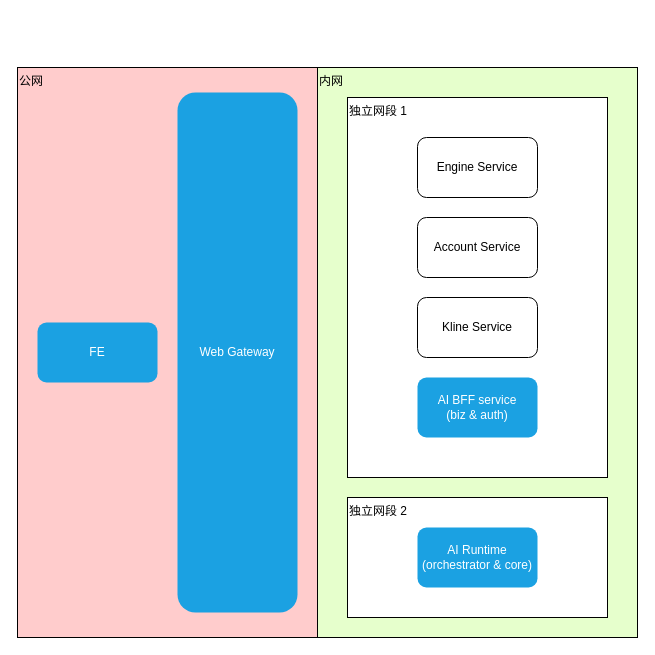
Above: ai交易助手.drawio in AC-YoY/diagram-storage (draw.io), before the change. Source tidied: cells renumbered, new cells numbered last; positions are measured from the earlier drawing's top-left corner, leaving out a move shared by most shapes. Both pictures are drawn from the tidied source at 100%, with x=0, y=0 at pixel (17, 67).
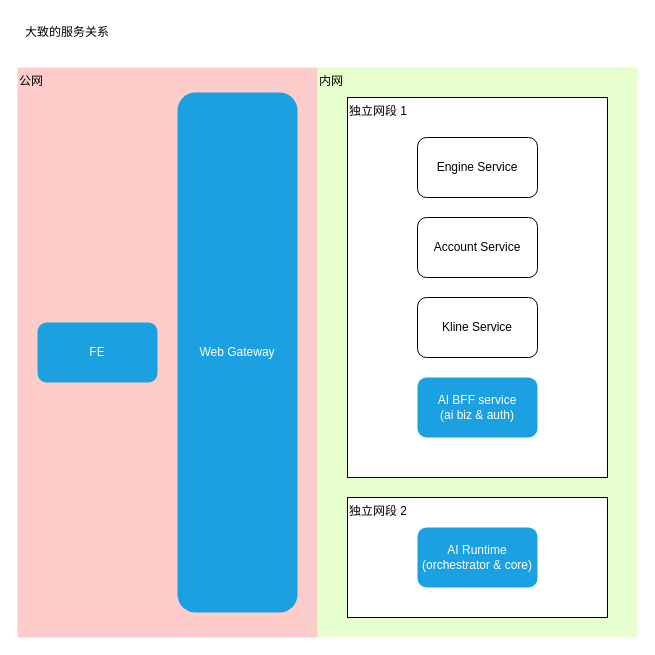
The same page after the edit.

Change to the diagram source:
```diff
@@
 <mxGraphModel>
   <root>
     <mxCell id="0" />
     <mxCell id="1" parent="0" />
-    <mxCell id="2" value="内网" style="rounded=0;whiteSpace=wrap;html=1;align=left;verticalAlign=top;fillColor=#E6FFCC;" parent="1" vertex="1">
+    <mxCell id="2" value="内网" style="rounded=0;whiteSpace=wrap;html=1;align=left;verticalAlign=top;fillColor=#E6FFCC;strokeColor=none;" parent="1" vertex="1">
       <mxGeometry x="300" width="320" height="570" as="geometry" />
     </mxCell>
     <mxCell id="3" value="独立网段 2" style="rounded=0;whiteSpace=wrap;html=1;align=left;verticalAlign=top;" parent="1" vertex="1">
       <mxGeometry x="330" y="430" width="260" height="120" as="geometry" />
     </mxCell>
     <mxCell id="4" value="独立网段 1" style="rounded=0;whiteSpace=wrap;html=1;align=left;verticalAlign=top;" parent="1" vertex="1">
       <mxGeometry x="330" y="30" width="260" height="380" as="geometry" />
     </mxCell>
-    <mxCell id="5" value="公网" style="rounded=0;whiteSpace=wrap;html=1;align=left;verticalAlign=top;labelBackgroundColor=none;fillColor=#FFCCCC;" parent="1" vertex="1">
+    <mxCell id="5" value="公网" style="rounded=0;whiteSpace=wrap;html=1;align=left;verticalAlign=top;labelBackgroundColor=none;fillColor=#FFCCCC;strokeColor=none;" parent="1" vertex="1">
       <mxGeometry width="300" height="570" as="geometry" />
     </mxCell>
     <mxCell id="6" value="FE" style="rounded=1;whiteSpace=wrap;html=1;labelBorderColor=none;fillColor=#1ba1e2;fontColor=#ffffff;strokeColor=none;" parent="1" vertex="1">
       <mxGeometry x="20" y="255" width="120" height="60" as="geometry" />
     </mxCell>
     <mxCell id="7" value="Web Gateway" style="rounded=1;whiteSpace=wrap;html=1;labelBorderColor=none;fillColor=#1ba1e2;fontColor=#ffffff;strokeColor=none;" parent="1" vertex="1">
       <mxGeometry x="160" y="25" width="120" height="520" as="geometry" />
     </mxCell>
     <mxCell id="8" value="Account Se&lt;span style=&quot;background-color: transparent; color: light-dark(rgb(0, 0, 0), rgb(255, 255, 255));&quot;&gt;rvice&lt;/span&gt;" style="rounded=1;whiteSpace=wrap;html=1;" parent="1" vertex="1">
       <mxGeometry x="400" y="150" width="120" height="60" as="geometry" />
     </mxCell>
     <mxCell id="9" value="Kline Se&lt;span style=&quot;background-color: transparent; color: light-dark(rgb(0, 0, 0), rgb(255, 255, 255));&quot;&gt;rvice&lt;/span&gt;" style="rounded=1;whiteSpace=wrap;html=1;" parent="1" vertex="1">
       <mxGeometry x="400" y="230" width="120" height="60" as="geometry" />
     </mxCell>
     <mxCell id="10" value="Engine Se&lt;span style=&quot;background-color: transparent; color: light-dark(rgb(0, 0, 0), rgb(255, 255, 255));&quot;&gt;rvice&lt;/span&gt;" style="rounded=1;whiteSpace=wrap;html=1;" parent="1" vertex="1">
       <mxGeometry x="400" y="70" width="120" height="60" as="geometry" />
     </mxCell>
-    <mxCell id="11" value="AI BFF service&lt;br&gt;(biz &amp;amp; auth)" style="rounded=1;whiteSpace=wrap;html=1;labelBorderColor=none;fillColor=#1ba1e2;fontColor=#ffffff;strokeColor=none;" parent="1" vertex="1">
+    <mxCell id="11" value="AI BFF service&lt;br&gt;(ai biz &amp;amp; auth)" style="rounded=1;whiteSpace=wrap;html=1;labelBorderColor=none;fillColor=#1ba1e2;fontColor=#ffffff;strokeColor=none;" parent="1" vertex="1">
       <mxGeometry x="400" y="310" width="120" height="60" as="geometry" />
     </mxCell>
     <mxCell id="12" value="AI Runtime&lt;br&gt;(orchestrator &amp;amp; core)" style="rounded=1;whiteSpace=wrap;html=1;labelBorderColor=none;fillColor=#1ba1e2;fontColor=#ffffff;strokeColor=none;" parent="1" vertex="1">
       <mxGeometry x="400" y="460" width="120" height="60" as="geometry" />
     </mxCell>
+    <mxCell id="13" value="大致的服务关系" style="text;html=1;whiteSpace=wrap;strokeColor=none;fillColor=none;align=center;verticalAlign=middle;rounded=0;" parent="1" vertex="1">
+      <mxGeometry y="-50" width="100" height="30" as="geometry" />
+    </mxCell>
   </root>
 </mxGraphModel>
```
